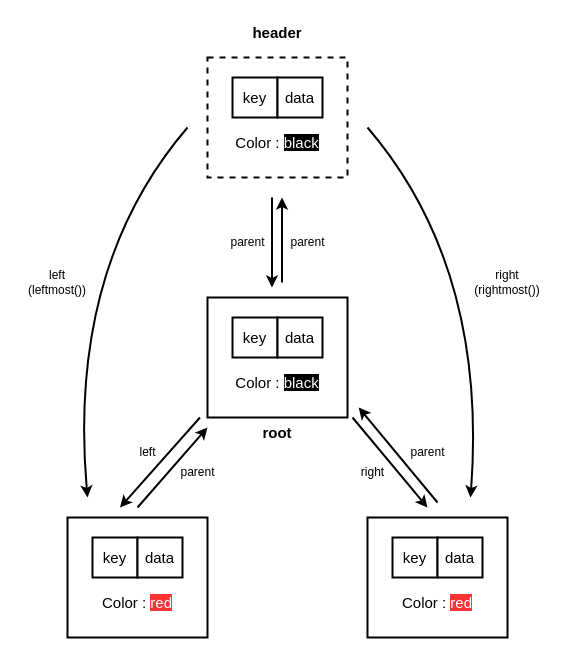
Before: page "map" (10 of 13) of ft_containers.drawio in khk811/ft_containers, a draw.io diagram. Source tidied: cells renumbered, new cells numbered last; positions are measured from the earlier drawing's top-left corner, leaving out a move shared by most shapes. Both pictures are drawn from the tidied source at 100%, with x=0, y=0 at pixel (17, 17).
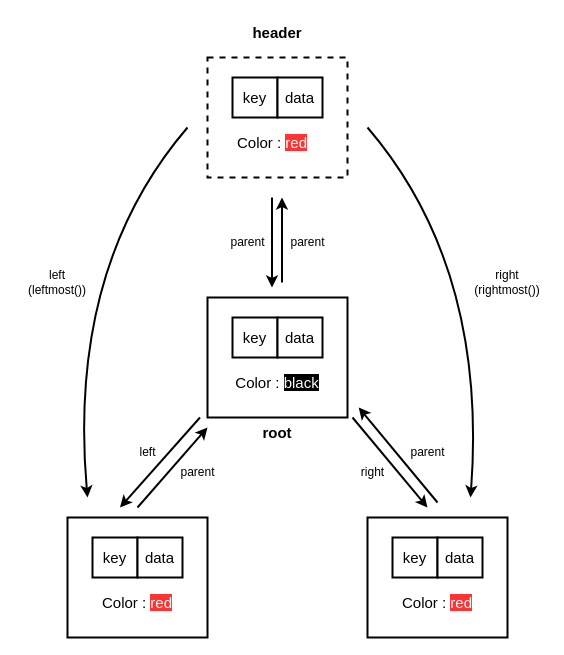
After the change.

What changed in the source:
```diff
@@
-    <mxCell id="17" value="Color : &lt;span style=&quot;background-color: rgb(0, 0, 0);&quot;&gt;&lt;font color=&quot;#ffffff&quot;&gt;black&lt;/font&gt;&lt;/span&gt;" style="text;strokeColor=none;align=center;fillColor=none;html=1;verticalAlign=middle;whiteSpace=wrap;rounded=0;fontSize=15;" parent="1" vertex="1">
-      <mxGeometry x="215" y="110" width="90" height="30" as="geometry" />
-    </mxCell>
@@
+    <mxCell id="36" value="Color : &lt;span style=&quot;background-color: rgb(255, 51, 51);&quot;&gt;&lt;font color=&quot;#ffffff&quot;&gt;red&lt;/font&gt;&lt;/span&gt;" style="text;strokeColor=none;align=center;fillColor=none;html=1;verticalAlign=middle;whiteSpace=wrap;rounded=0;fontSize=15;" parent="1" vertex="1">
+      <mxGeometry x="210" y="110" width="90" height="30" as="geometry" />
+    </mxCell>
```
